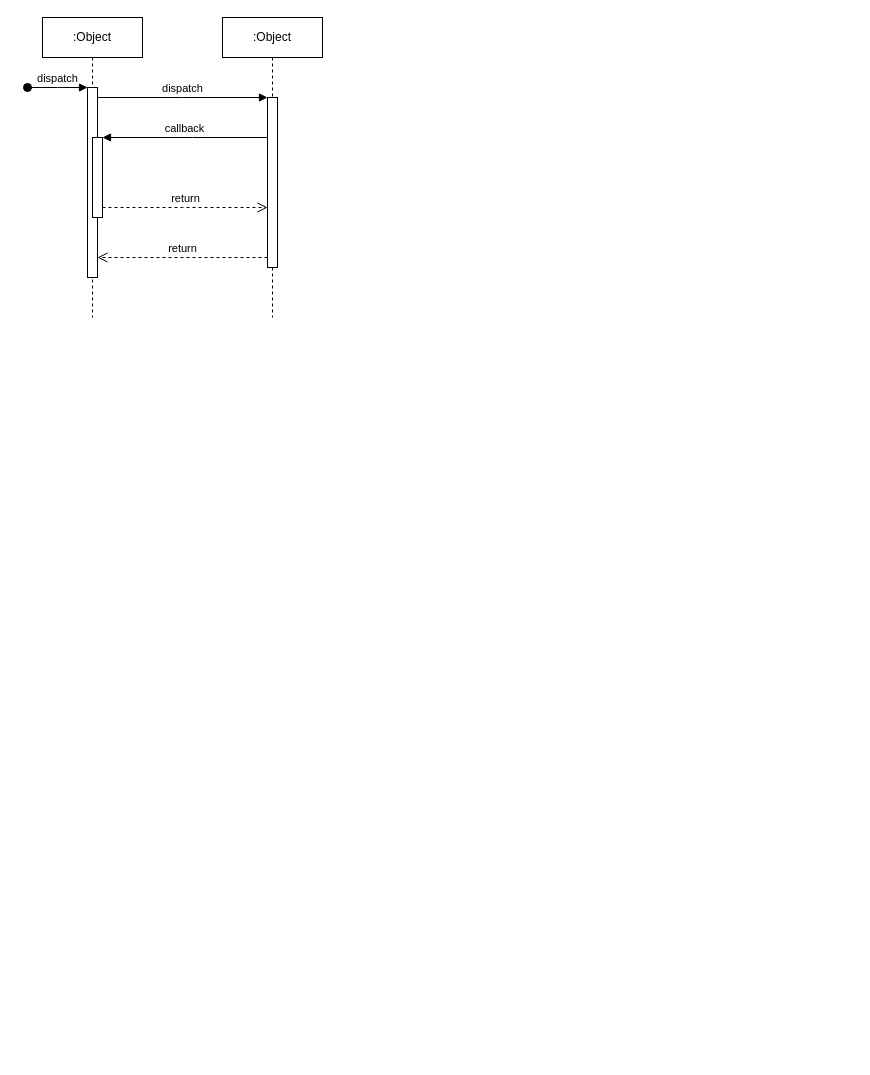
Earlier version of the draw.io diagram Диаграмма без названия.drawio (Mvsia/datalearn). Source tidied: cells renumbered, new cells numbered last; positions are measured from the earlier drawing's top-left corner, leaving out a move shared by most shapes. Both pictures are drawn from the tidied source at 100%, with x=0, y=0 at pixel (27, 17).
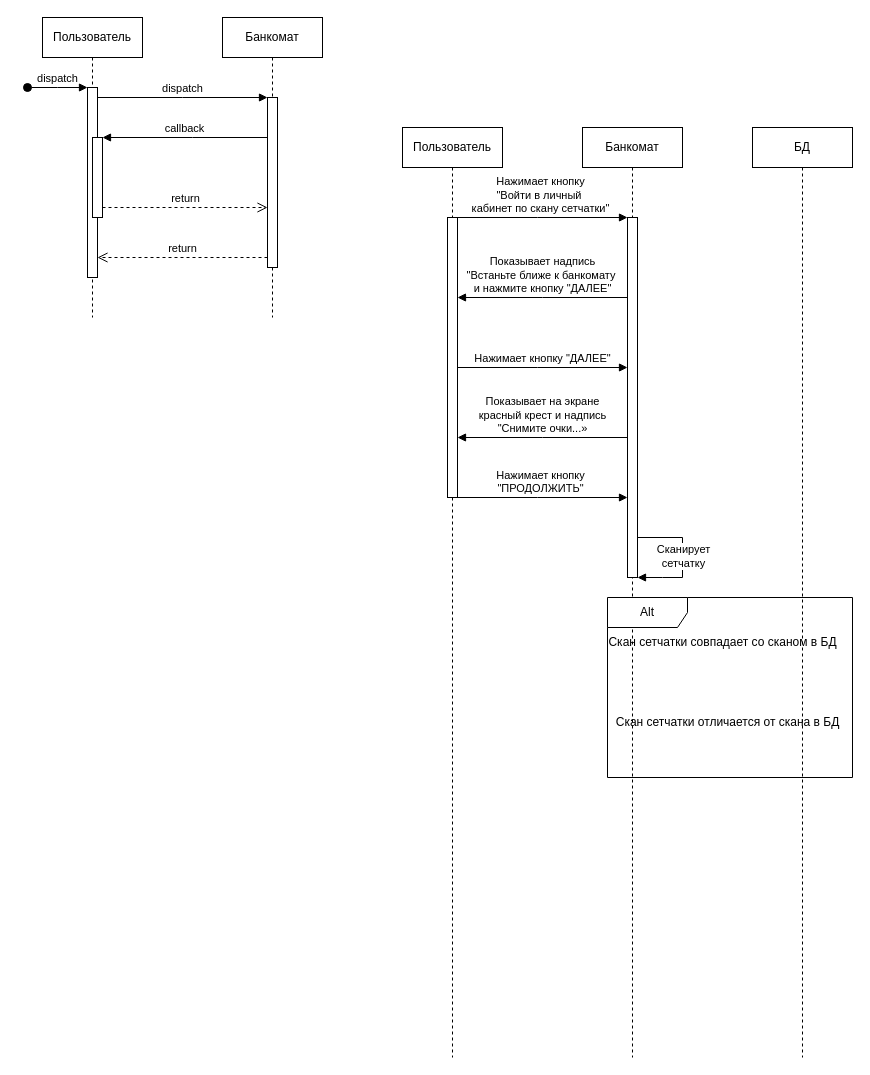
Above is the later version.

The edit, as a diff of the source:
```diff
@@
-    <mxCell id="2" value=":Object" style="shape=umlLifeline;perimeter=lifelinePerimeter;whiteSpace=wrap;html=1;newEdgeStyle={&quot;edgeStyle&quot;:&quot;elbowEdgeStyle&quot;,&quot;elbow&quot;:&quot;vertical&quot;,&quot;curved&quot;:0,&quot;rounded&quot;:0};" parent="1" vertex="1">
+    <mxCell id="2" value="Пользователь" style="shape=umlLifeline;perimeter=lifelinePerimeter;whiteSpace=wrap;html=1;newEdgeStyle={&quot;edgeStyle&quot;:&quot;elbowEdgeStyle&quot;,&quot;elbow&quot;:&quot;vertical&quot;,&quot;curved&quot;:0,&quot;rounded&quot;:0};" parent="1" vertex="1">
       <mxGeometry x="15" width="100" height="300" as="geometry" />
     </mxCell>
@@
-    <mxCell id="6" value=":Object" style="shape=umlLifeline;perimeter=lifelinePerimeter;whiteSpace=wrap;html=1;newEdgeStyle={&quot;edgeStyle&quot;:&quot;elbowEdgeStyle&quot;,&quot;elbow&quot;:&quot;vertical&quot;,&quot;curved&quot;:0,&quot;rounded&quot;:0};" parent="1" vertex="1">
+    <mxCell id="6" value="Банкомат" style="shape=umlLifeline;perimeter=lifelinePerimeter;whiteSpace=wrap;html=1;newEdgeStyle={&quot;edgeStyle&quot;:&quot;elbowEdgeStyle&quot;,&quot;elbow&quot;:&quot;vertical&quot;,&quot;curved&quot;:0,&quot;rounded&quot;:0};" parent="1" vertex="1">
       <mxGeometry x="195" width="100" height="300" as="geometry" />
     </mxCell>
@@
+    <mxCell id="12" value="Пользователь" style="shape=umlLifeline;perimeter=lifelinePerimeter;whiteSpace=wrap;html=1;newEdgeStyle={&quot;edgeStyle&quot;:&quot;elbowEdgeStyle&quot;,&quot;elbow&quot;:&quot;vertical&quot;,&quot;curved&quot;:0,&quot;rounded&quot;:0};" parent="1" vertex="1">
+      <mxGeometry x="375" y="110" width="100" height="930" as="geometry" />
+    </mxCell>
+    <mxCell id="13" style="html=1;points=[[0,0,0,0,5],[0,1,0,0,-5],[1,0,0,0,5],[1,1,0,0,-5]];perimeter=orthogonalPerimeter;outlineConnect=0;targetShapes=umlLifeline;portConstraint=eastwest;newEdgeStyle={&quot;curved&quot;:0,&quot;rounded&quot;:0};" parent="12" vertex="1">
+      <mxGeometry x="45" y="90" width="10" height="280" as="geometry" />
+    </mxCell>
+    <mxCell id="14" value="Банкомат" style="shape=umlLifeline;perimeter=lifelinePerimeter;whiteSpace=wrap;html=1;newEdgeStyle={&quot;edgeStyle&quot;:&quot;elbowEdgeStyle&quot;,&quot;elbow&quot;:&quot;vertical&quot;,&quot;curved&quot;:0,&quot;rounded&quot;:0};" parent="1" vertex="1">
+      <mxGeometry x="555" y="110" width="100" height="930" as="geometry" />
+    </mxCell>
+    <mxCell id="15" style="html=1;points=[[0,0,0,0,5],[0,1,0,0,-5],[1,0,0,0,5],[1,1,0,0,-5]];perimeter=orthogonalPerimeter;outlineConnect=0;targetShapes=umlLifeline;portConstraint=eastwest;newEdgeStyle={&quot;curved&quot;:0,&quot;rounded&quot;:0};" parent="14" vertex="1">
+      <mxGeometry x="45" y="90" width="10" height="360" as="geometry" />
+    </mxCell>
+    <mxCell id="16" value="Нажимает кнопку&lt;br&gt;&quot;Войти в личный&amp;nbsp;&lt;br&gt;кабинет по скану сетчатки&quot;" style="html=1;verticalAlign=bottom;endArrow=block;edgeStyle=elbowEdgeStyle;elbow=vertical;curved=0;rounded=0;" parent="1" edge="1" target="15">
+      <mxGeometry relative="1" as="geometry">
+        <mxPoint x="425" y="200" as="sourcePoint" />
+        <Array as="points">
+          <mxPoint x="510" y="200" />
+        </Array>
+      </mxGeometry>
+    </mxCell>
+    <mxCell id="17" value="Показывает надпись&lt;br&gt;&quot;Встаньте ближе к банкомату&amp;nbsp;&lt;br&gt;и нажмите кнопку &quot;ДАЛЕЕ&quot;" style="html=1;verticalAlign=bottom;endArrow=block;edgeStyle=elbowEdgeStyle;elbow=vertical;curved=0;rounded=0;" parent="1" edge="1" source="15" target="13">
+      <mxGeometry relative="1" as="geometry">
+        <Array as="points">
+          <mxPoint x="515" y="280" />
+        </Array>
+      </mxGeometry>
+    </mxCell>
+    <mxCell id="18" value="Нажимает кнопку &quot;ДАЛЕЕ&quot;" style="html=1;verticalAlign=bottom;endArrow=block;edgeStyle=elbowEdgeStyle;elbow=vertical;curved=0;rounded=0;" parent="1" edge="1" source="13" target="15">
+      <mxGeometry relative="1" as="geometry">
+        <Array as="points">
+          <mxPoint x="510" y="350" />
+        </Array>
+      </mxGeometry>
+    </mxCell>
+    <mxCell id="19" value="Показывает на экране&lt;br&gt;красный&amp;nbsp;крест и надпись&lt;br&gt;&quot;Снимите очки...»" style="html=1;verticalAlign=bottom;endArrow=block;edgeStyle=elbowEdgeStyle;elbow=vertical;curved=0;rounded=0;" parent="1" edge="1" source="15" target="13">
+      <mxGeometry relative="1" as="geometry">
+        <Array as="points">
+          <mxPoint x="515" y="420" />
+        </Array>
+      </mxGeometry>
+    </mxCell>
+    <mxCell id="20" value="Нажимает кнопку&lt;br&gt;&quot;ПРОДОЛЖИТЬ&quot;" style="html=1;verticalAlign=bottom;endArrow=block;edgeStyle=elbowEdgeStyle;elbow=vertical;curved=0;rounded=0;" parent="1" edge="1" target="15">
+      <mxGeometry relative="1" as="geometry">
+        <mxPoint x="425" y="480" as="sourcePoint" />
+        <Array as="points">
+          <mxPoint x="510" y="480" />
+        </Array>
+      </mxGeometry>
+    </mxCell>
+    <mxCell id="21" style="endArrow=none;html=1;rounded=0;" parent="1" edge="1" source="15">
+      <mxGeometry relative="1" as="geometry">
+        <mxPoint x="655" y="520" as="targetPoint" />
+        <Array as="points">
+          <mxPoint x="655" y="520" />
+        </Array>
+      </mxGeometry>
+    </mxCell>
+    <mxCell id="22" style="endArrow=none;html=1;rounded=0;startArrow=block;startFill=1;" parent="1" edge="1" source="15">
+      <mxGeometry relative="1" as="geometry">
+        <mxPoint x="655" y="520" as="targetPoint" />
+        <Array as="points">
+          <mxPoint x="635" y="560" />
+          <mxPoint x="655" y="560" />
+        </Array>
+      </mxGeometry>
+    </mxCell>
+    <mxCell id="23" value="Сканирует&lt;br&gt;сетчатку" style="edgeLabel;html=1;align=center;verticalAlign=middle;" parent="22" vertex="1">
+      <mxGeometry x="0.58" relative="1" as="geometry" />
+    </mxCell>
+    <mxCell id="24" value="БД" style="shape=umlLifeline;perimeter=lifelinePerimeter;whiteSpace=wrap;html=1;newEdgeStyle={&quot;edgeStyle&quot;:&quot;elbowEdgeStyle&quot;,&quot;elbow&quot;:&quot;vertical&quot;,&quot;curved&quot;:0,&quot;rounded&quot;:0};" parent="1" vertex="1">
+      <mxGeometry x="725" y="110" width="100" height="930" as="geometry" />
+    </mxCell>
+    <mxCell id="25" value="Alt" style="shape=umlFrame;whiteSpace=wrap;html=1;width=80;height=30;" parent="1" vertex="1">
+      <mxGeometry x="580" y="580" width="245" height="180" as="geometry" />
+    </mxCell>
+    <mxCell id="26" value="Скан сетчатки совпадает со сканом в БД" style="text;html=1;align=center;verticalAlign=middle;strokeColor=none;fillColor=none;" parent="25" vertex="1">
+      <mxGeometry x="-10" y="30" width="250" height="30" as="geometry" />
+    </mxCell>
+    <mxCell id="27" value="Скан сетчатки отличается от скана в БД" style="text;html=1;align=center;verticalAlign=middle;strokeColor=none;fillColor=none;" parent="25" vertex="1">
+      <mxGeometry x="-5" y="110" width="250" height="30" as="geometry" />
+    </mxCell>
```
